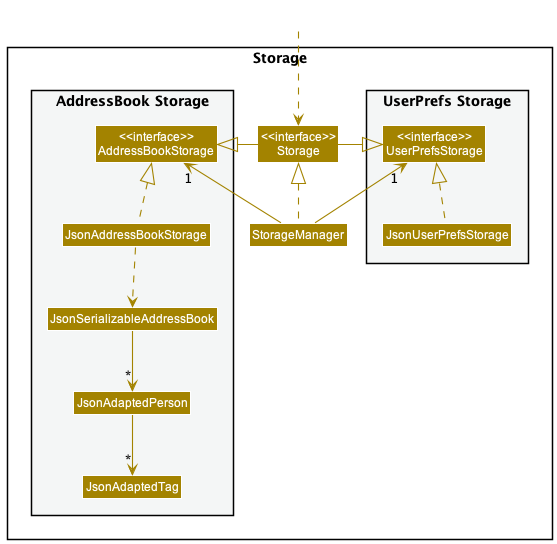
The PlantUML diagram docs/images/StorageClassDiagram.png in nus-cs2103-AY2223S2/tp, before a commit.
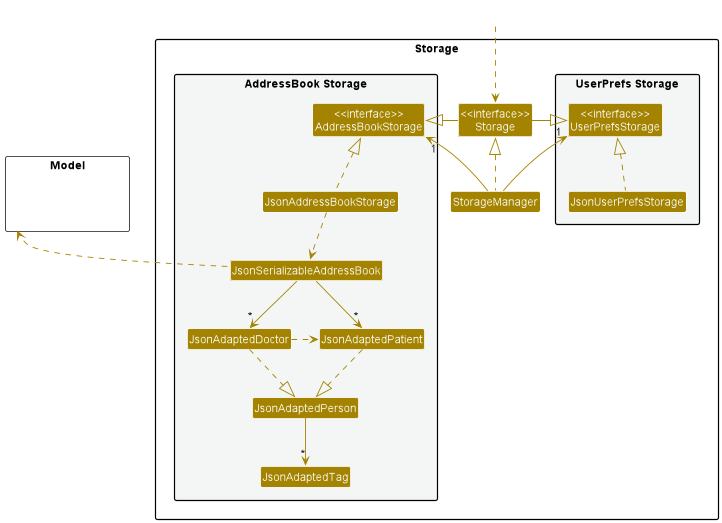
Later version of the same file.

Commit message:
Add information about Storage Components to DG

What changed in the source:
```diff
@@ -1,5 +1,6 @@
 @startuml
 !include style.puml
+top to bottom direction
 skinparam arrowThickness 1.1
 skinparam arrowColor STORAGE_COLOR
 skinparam classBackgroundColor STORAGE_COLOR
@@ -19,6 +20,8 @@
 Class JsonAddressBookStorage
 Class JsonSerializableAddressBook
 Class JsonAdaptedPerson
+Class JsonAdaptedDoctor
+Class JsonAdaptedPatient
 Class JsonAdaptedTag
 }
 
@@ -37,7 +40,17 @@
 JsonUserPrefsStorage .up.|> UserPrefsStorage
 JsonAddressBookStorage .up.|> AddressBookStorage
 JsonAddressBookStorage ..> JsonSerializableAddressBook
-JsonSerializableAddressBook --> "*" JsonAdaptedPerson
+JsonSerializableAddressBook --> "*" JsonAdaptedDoctor
+JsonSerializableAddressBook --> "*" JsonAdaptedPatient
+JsonAdaptedDoctor ..|> JsonAdaptedPerson
+JsonAdaptedDoctor .right.> JsonAdaptedPatient
+JsonAdaptedPatient ..|> JsonAdaptedPerson
 JsonAdaptedPerson --> "*" JsonAdaptedTag
 
+
+Model <.. JsonSerializableAddressBook
+
+package Model <<Rectangle>> {
+Class HiddenModel #FFFFFF
+}
 @enduml
```
